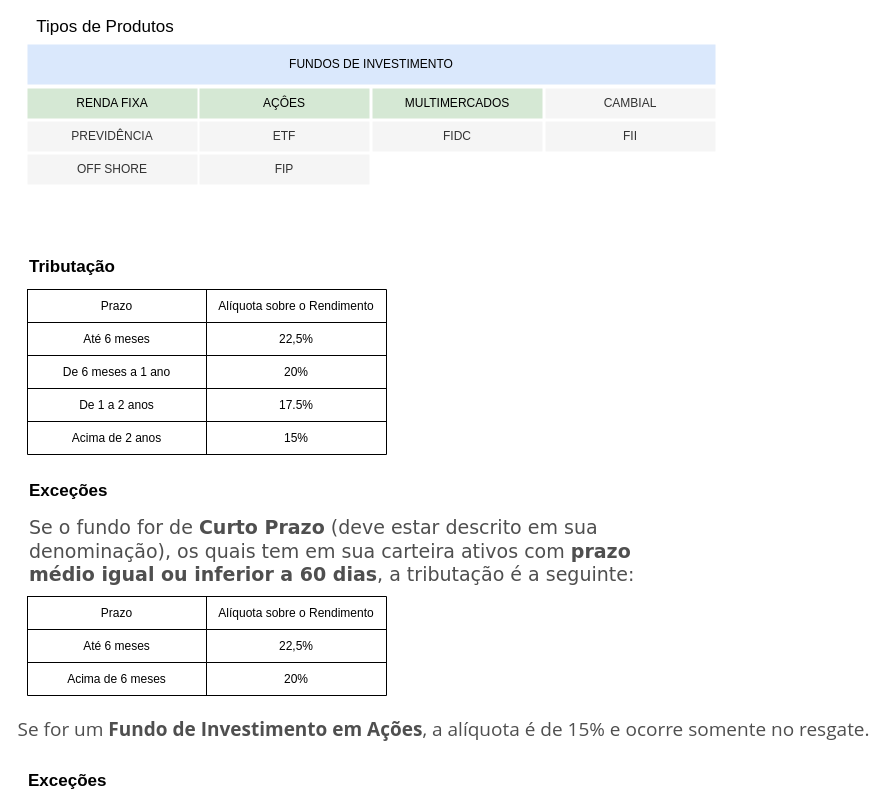
Earlier version of the draw.io diagram page "Business Map" (1 of 2) of system-design.drawio (fapereira1/diagrams-design). Source tidied: cells renumbered, new cells numbered last; positions are measured from the earlier drawing's top-left corner, leaving out a move shared by most shapes. Both pictures are drawn from the tidied source at 100%, with x=0, y=0 at pixel (26, 17).
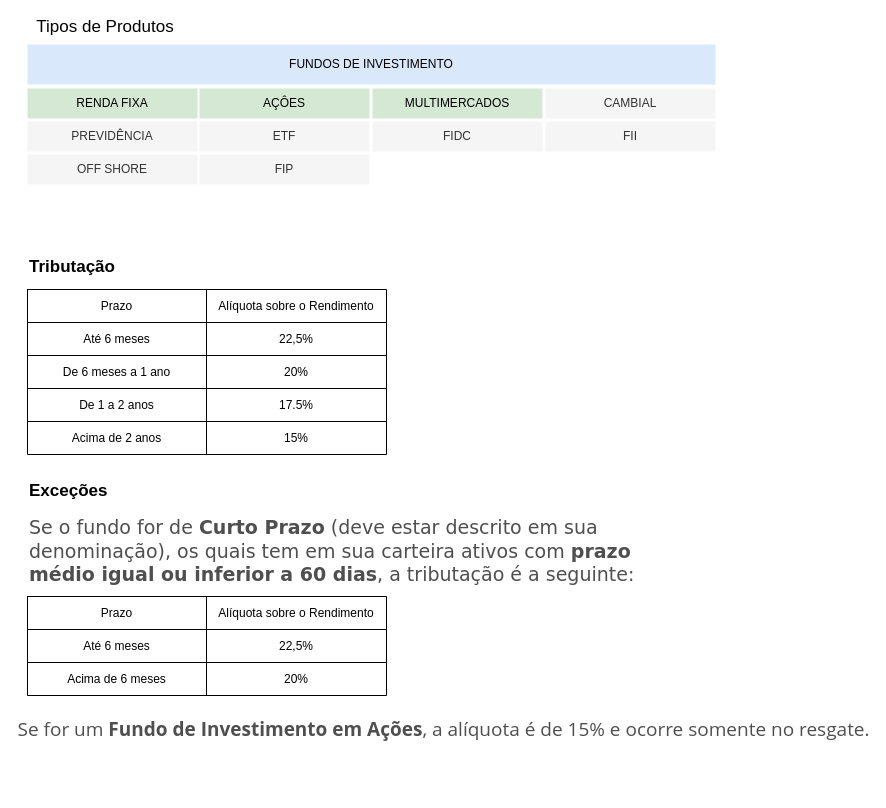
The same page after the edit.

Change to the diagram source:
```diff
@@
-    <mxCell id="44" value="&lt;b&gt;Exceções&lt;/b&gt;" style="text;html=1;strokeColor=none;fillColor=none;align=left;verticalAlign=middle;whiteSpace=wrap;rounded=0;fontSize=17;" parent="1" vertex="1">
-      <mxGeometry y="754" width="156" height="20" as="geometry" />
-    </mxCell>
```
